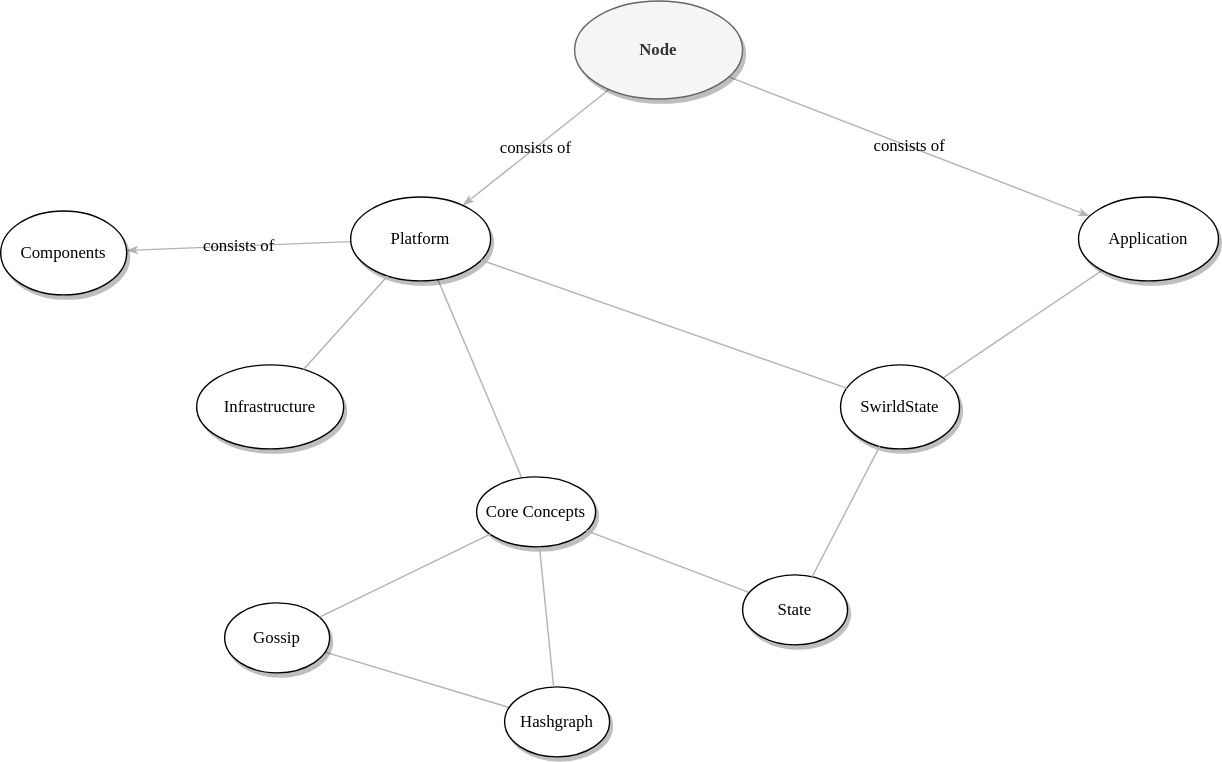
hashgraph/hedera-services keeps this draw.io diagram as platform-sdk/docs/mindmap-node.drawio.svg. Above is the earlier version. Source tidied: cells renumbered, new cells last; positions are measured from the earlier drawing's top-left corner, leaving out a move shared by most shapes.
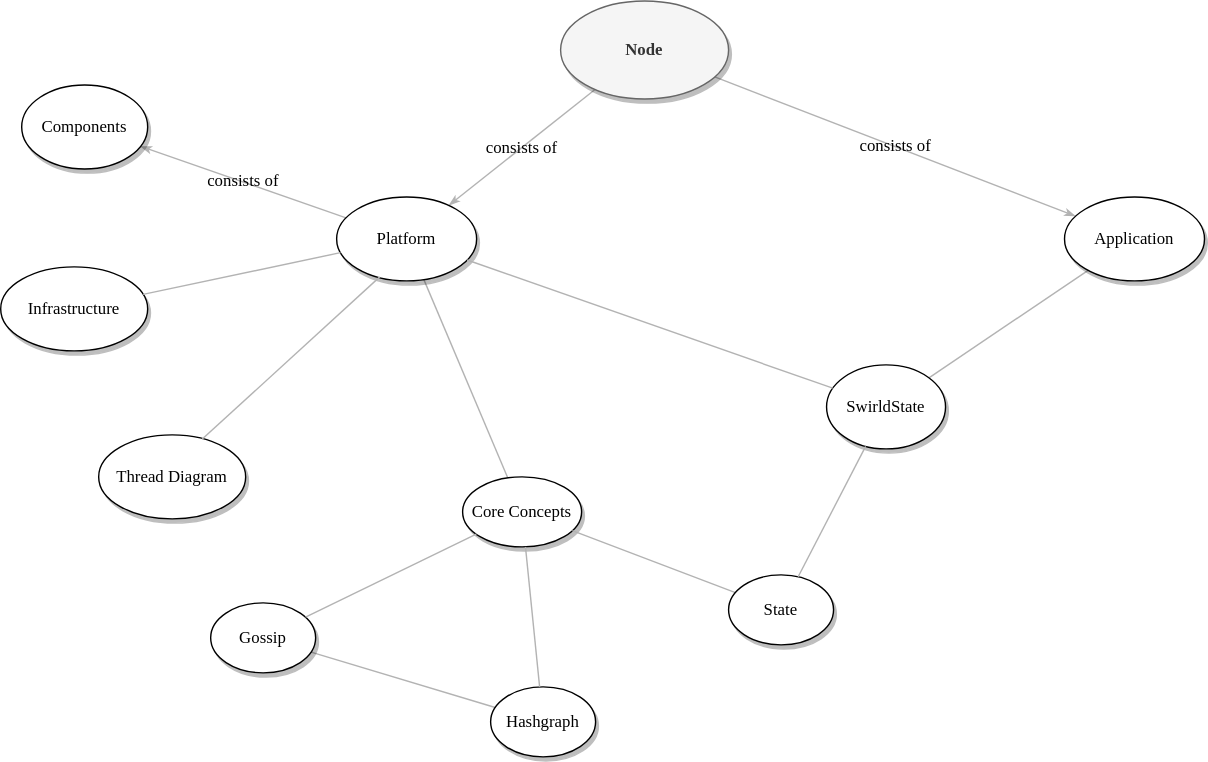
The same diagram one commit later.

Commit message:
Add thread diagram to mindmap

What changed in the source:
```diff
@@ -45,7 +45,7 @@
       <mxGeometry x="250" y="140" width="100" height="60" as="geometry" />
     </mxCell>
     <mxCell id="16" value="&lt;span&gt;Components&lt;/span&gt;" style="ellipse;whiteSpace=wrap;html=1;rounded=0;shadow=1;comic=0;labelBackgroundColor=none;strokeWidth=1;fontFamily=Verdana;fontSize=12;align=center;" parent="1" vertex="1">
-      <mxGeometry y="150" width="90" height="60" as="geometry" />
+      <mxGeometry x="25" y="60" width="90" height="60" as="geometry" />
     </mxCell>
     <mxCell id="17" value="&lt;span&gt;Hashgraph&lt;/span&gt;" style="ellipse;whiteSpace=wrap;html=1;rounded=0;shadow=1;comic=0;labelBackgroundColor=none;strokeWidth=1;fontFamily=Verdana;fontSize=12;align=center;" parent="1" vertex="1">
       <mxGeometry x="360" y="490" width="75" height="50" as="geometry" />
@@ -60,7 +60,7 @@
       <mxGeometry relative="1" as="geometry" />
     </mxCell>
     <mxCell id="21" value="&lt;span&gt;Infrastructure&lt;/span&gt;" style="ellipse;whiteSpace=wrap;html=1;rounded=0;shadow=1;comic=0;labelBackgroundColor=none;strokeWidth=1;fontFamily=Verdana;fontSize=12;align=center;" parent="1" vertex="1">
-      <mxGeometry x="140" y="260" width="105" height="60" as="geometry" />
+      <mxGeometry x="10" y="190" width="105" height="60" as="geometry" />
     </mxCell>
     <mxCell id="22" style="edgeStyle=none;rounded=1;html=1;labelBackgroundColor=none;startArrow=none;startFill=0;startSize=5;endArrow=none;endFill=0;endSize=5;jettySize=auto;strokeColor=#B3B3B3;strokeWidth=1;fontFamily=Verdana;fontSize=12;" parent="1" edge="1" source="15" target="21">
       <mxGeometry relative="1" as="geometry" />
@@ -68,5 +68,11 @@
     <mxCell id="23" style="edgeStyle=none;rounded=1;html=1;labelBackgroundColor=none;startArrow=none;startFill=0;startSize=5;endArrow=none;endFill=0;endSize=5;jettySize=auto;strokeColor=#B3B3B3;strokeWidth=1;fontFamily=Verdana;fontSize=12;" parent="1" edge="1" source="11" target="9">
       <mxGeometry relative="1" as="geometry" />
     </mxCell>
+    <mxCell id="24" value="&lt;span&gt;Thread Diagram&lt;/span&gt;" style="ellipse;whiteSpace=wrap;html=1;rounded=0;shadow=1;comic=0;labelBackgroundColor=none;strokeWidth=1;fontFamily=Verdana;fontSize=12;align=center;" parent="1" vertex="1">
+      <mxGeometry x="80" y="310" width="105" height="60" as="geometry" />
+    </mxCell>
+    <mxCell id="25" style="edgeStyle=none;rounded=1;html=1;labelBackgroundColor=none;startArrow=none;startFill=0;startSize=5;endArrow=none;endFill=0;endSize=5;jettySize=auto;strokeColor=#B3B3B3;strokeWidth=1;fontFamily=Verdana;fontSize=12;exitX=0.308;exitY=0.952;exitDx=0;exitDy=0;exitPerimeter=0;entryX=0.703;entryY=0.053;entryDx=0;entryDy=0;entryPerimeter=0;" parent="1" edge="1" source="15" target="24">
+      <mxGeometry relative="1" as="geometry" />
+    </mxCell>
   </root>
 </mxGraphModel>
```
